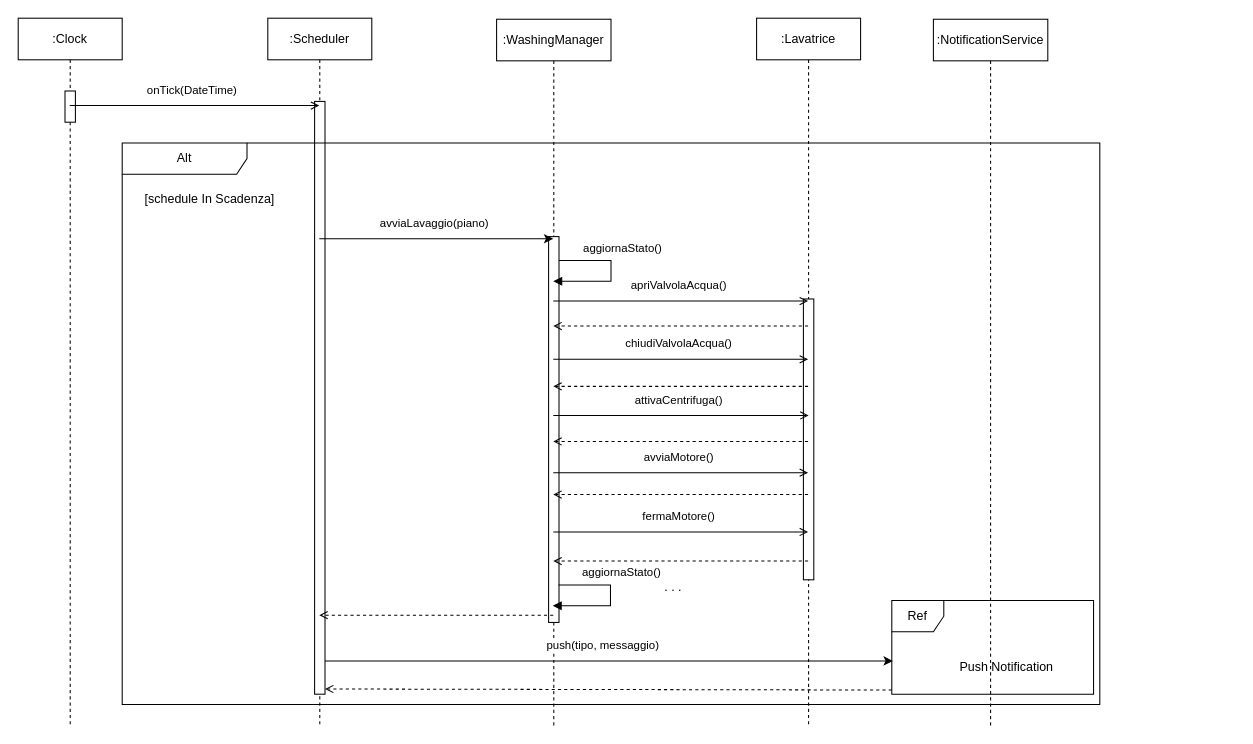
This is content/seq/seqLavaggio.drawio from uni-aca100/ing-proj, a draw.io file, before an edit. Source tidied: cells renumbered, new cells numbered last; positions are measured from the earlier drawing's top-left corner, leaving out a move shared by most shapes. Both pictures are drawn from the tidied source at 104%, with x=0, y=0 at pixel (18, 18).
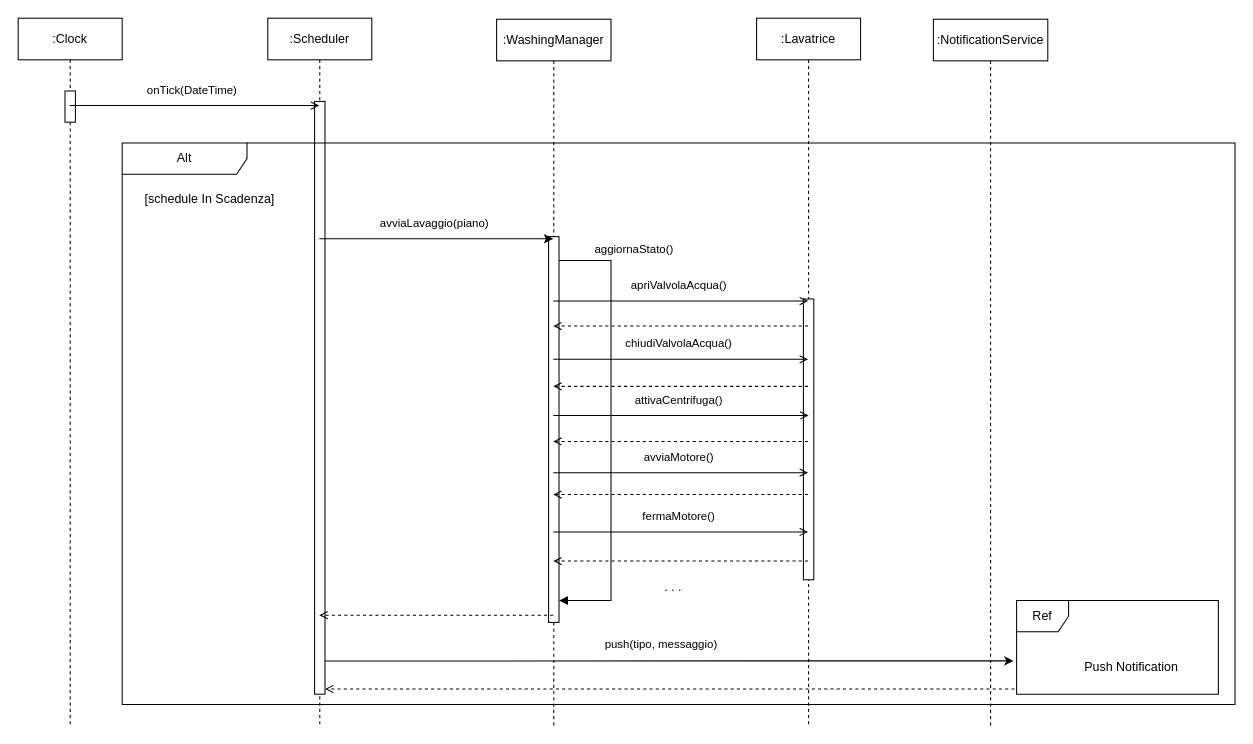
The same diagram, later.

The change refers to these unchanged cells:
```xml
<mxCell id="7" style="html=1;points=[[0,0,0,0,5],[0,1,0,0,-5],[1,0,0,0,5],[1,1,0,0,-5]];perimeter=orthogonalPerimeter;outlineConnect=0;targetShapes=umlLifeline;portConstraint=eastwest;newEdgeStyle={&quot;curved&quot;:0,&quot;rounded&quot;:0};" parent="6" vertex="1">
  <mxGeometry x="50" y="209" width="10" height="371" as="geometry" />
</mxCell>
```

Change to the diagram source:
```diff
@@
     <mxCell id="11" value="Alt" style="shape=umlFrame;whiteSpace=wrap;html=1;width=120;height=30;" parent="1" vertex="1">
-      <mxGeometry x="100" y="120" width="940" height="540" as="geometry" />
+      <mxGeometry x="100" y="120" width="1070" height="540" as="geometry" />
     </mxCell>
@@
     <mxCell id="14" value="Ref" style="shape=umlFrame;whiteSpace=wrap;html=1;width=50;" parent="11" vertex="1">
-      <mxGeometry x="740" y="440" width="194" height="90" as="geometry" />
+      <mxGeometry x="860" y="440" width="194" height="90" as="geometry" />
     </mxCell>
@@
-    <mxCell id="16" style="html=1;verticalAlign=bottom;labelBackgroundColor=none;endArrow=block;endFill=1;rounded=0;" parent="1" edge="1">
+    <mxCell id="16" style="html=1;verticalAlign=bottom;labelBackgroundColor=none;endArrow=block;endFill=1;rounded=0;" parent="1" edge="1" target="7">
       <mxGeometry relative="1" as="geometry">
         <mxPoint x="520" y="233" as="sourcePoint" />
-        <mxPoint x="514.5" y="253" as="targetPoint" />
         <Array as="points">
           <mxPoint x="570" y="233" />
-          <mxPoint x="570" y="253" />
+          <mxPoint x="570" y="560" />
         </Array>
       </mxGeometry>
     </mxCell>
     <mxCell id="17" value="aggiornaStato()" style="edgeLabel;html=1;align=center;verticalAlign=middle;" parent="16" vertex="1">
       <mxGeometry x="-0.36" y="1" relative="1" as="geometry">
-        <mxPoint x="20" y="-12" as="offset" />
+        <mxPoint x="20" y="-99" as="offset" />
       </mxGeometry>
     </mxCell>
@@
-    <mxCell id="37" style="html=1;verticalAlign=bottom;labelBackgroundColor=none;endArrow=block;endFill=1;rounded=0;" parent="1" edge="1">
-      <mxGeometry relative="1" as="geometry">
-        <mxPoint x="519.5" y="545" as="sourcePoint" />
-        <mxPoint x="514" y="565" as="targetPoint" />
-        <Array as="points">
-          <mxPoint x="569.5" y="545" />
-          <mxPoint x="569.5" y="565" />
-        </Array>
-      </mxGeometry>
-    </mxCell>
-    <mxCell id="38" value="aggiornaStato()" style="edgeLabel;html=1;align=center;verticalAlign=middle;" parent="37" vertex="1">
-      <mxGeometry x="-0.36" y="1" relative="1" as="geometry">
-        <mxPoint x="20" y="-12" as="offset" />
-      </mxGeometry>
-    </mxCell>
@@
-    <mxCell id="40" style="html=1;verticalAlign=bottom;labelBackgroundColor=none;endArrow=classic;endFill=1;rounded=0;entryX=0.005;entryY=0.522;entryDx=0;entryDy=0;entryPerimeter=0;" parent="1" edge="1">
+    <mxCell id="40" style="html=1;verticalAlign=bottom;labelBackgroundColor=none;endArrow=classic;endFill=1;rounded=0;entryX=-0.015;entryY=0.644;entryDx=0;entryDy=0;entryPerimeter=0;" parent="1" edge="1" target="14">
       <mxGeometry relative="1" as="geometry">
         <mxPoint x="295" y="618" as="sourcePoint" />
-        <mxPoint x="841" y="618" as="targetPoint" />
       </mxGeometry>
     </mxCell>
@@
-    <mxCell id="42" style="html=1;verticalAlign=bottom;labelBackgroundColor=none;endArrow=open;endFill=0;dashed=1;rounded=0;entryX=1;entryY=1;entryDx=0;entryDy=-5;entryPerimeter=0;exitX=0;exitY=0.733;exitDx=0;exitDy=0;exitPerimeter=0;" parent="1" edge="1">
+    <mxCell id="42" style="html=1;verticalAlign=bottom;labelBackgroundColor=none;endArrow=open;endFill=0;dashed=1;rounded=0;entryX=1;entryY=1;entryDx=0;entryDy=-5;entryPerimeter=0;" parent="1" edge="1">
       <mxGeometry relative="1" as="geometry">
-        <mxPoint x="840" y="646" as="sourcePoint" />
+        <mxPoint x="958" y="645" as="sourcePoint" />
         <mxPoint x="295" y="645" as="targetPoint" />
       </mxGeometry>
     </mxCell>
```
